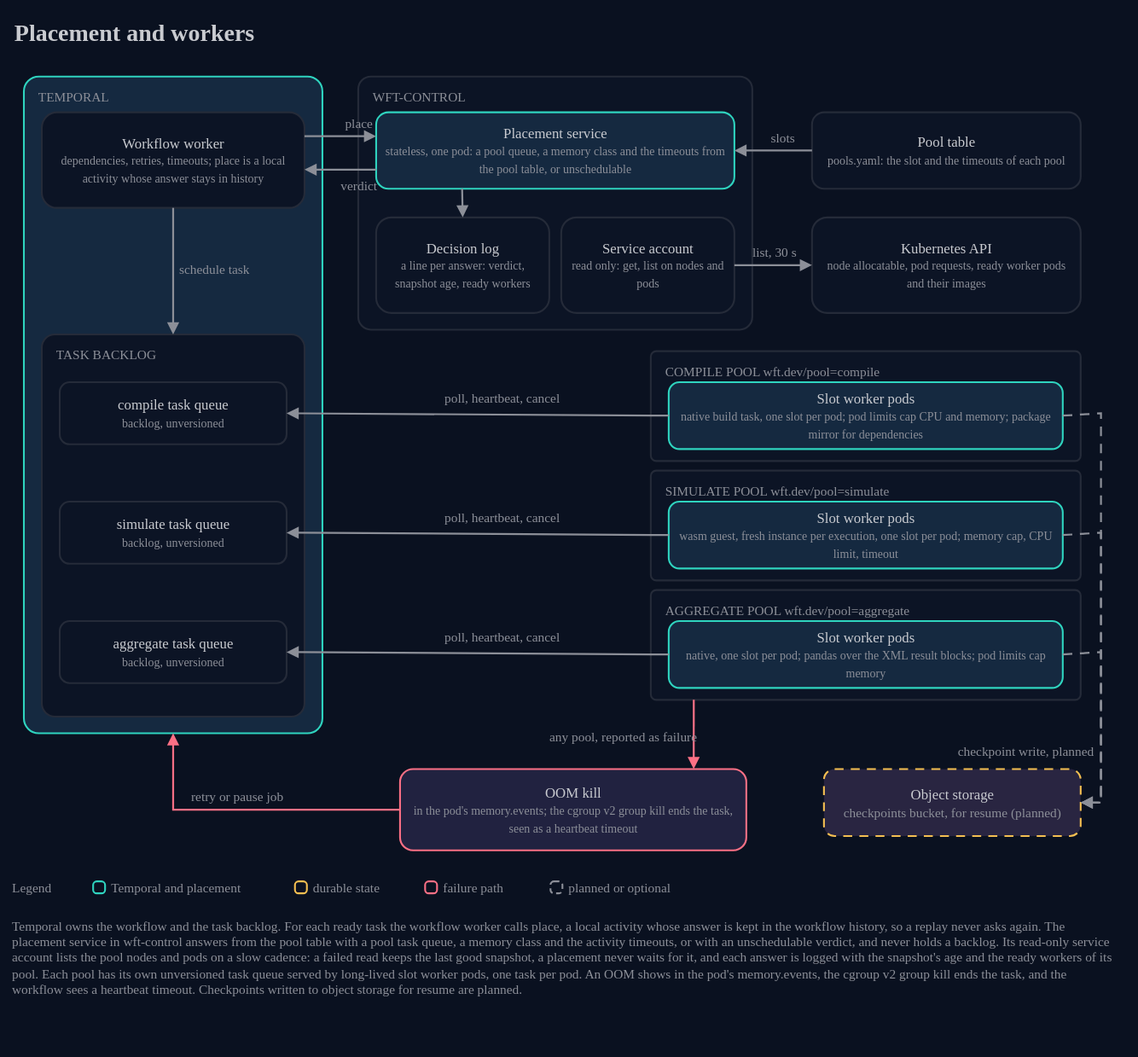
Earlier version of the draw.io export docs/architecture/11-placement-and-workers.drawio.svg (AndoNorth/disyard). Source tidied: cells renumbered, new cells last; positions are measured from the earlier drawing's top-left corner, leaving out a move shared by most shapes.
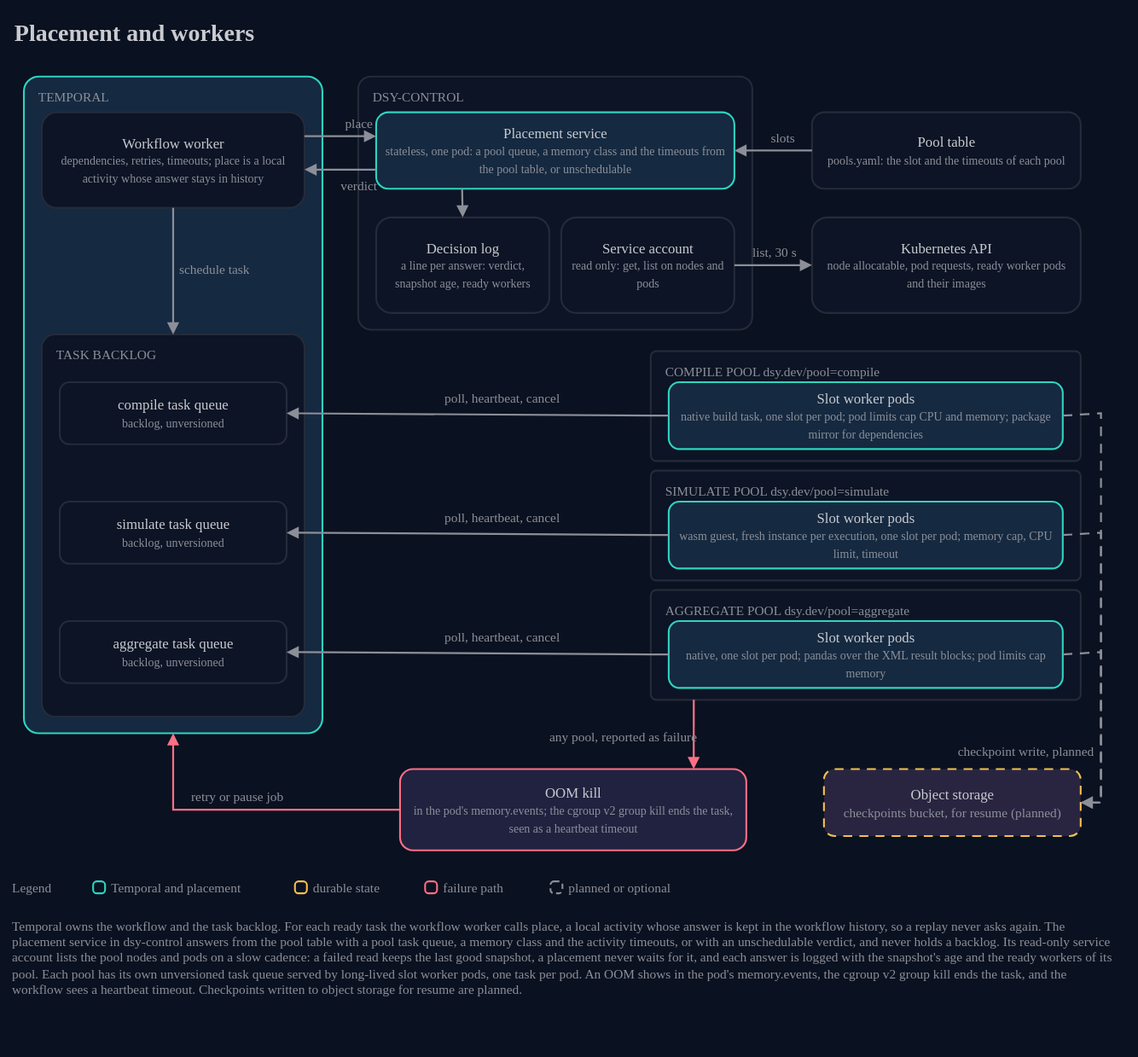
Later version of the same file.

The edit, as a diff of the source:
```diff
@@ -32,7 +32,7 @@
     <mxCell id="11" style="rounded=1;arcSize=5;html=1;whiteSpace=wrap;fillColor=#0c1425;strokeColor=#252b39;strokeWidth=1.5;fontColor=#c9cbd0;fontSize=12;fontFamily=IBM Plex Sans;verticalAlign=top;align=left;" parent="1" vertex="1">
       <mxGeometry x="290" y="54" width="330" height="212" as="geometry" />
     </mxCell>
-    <mxCell id="12" value="WFT-CONTROL" style="text;html=1;strokeColor=none;fillColor=none;align=left;verticalAlign=middle;whiteSpace=nowrap;fontColor=#8c8f98;fontSize=11;fontFamily=IBM Plex Mono;spacing=0;" parent="1" vertex="1">
+    <mxCell id="12" value="DSY-CONTROL" style="text;html=1;strokeColor=none;fillColor=none;align=left;verticalAlign=middle;whiteSpace=nowrap;fontColor=#8c8f98;fontSize=11;fontFamily=IBM Plex Mono;spacing=0;" parent="1" vertex="1">
       <mxGeometry x="302" y="62" width="306" height="18" as="geometry" />
     </mxCell>
     <mxCell id="13" value="Placement service&lt;br&gt;&lt;font color=&quot;#8c8f98&quot; style=&quot;font-size:10px&quot;&gt;stateless, one pod: a pool queue, a memory class and the timeouts from the pool table, or unschedulable&lt;/font&gt;" style="rounded=1;arcSize=16;html=1;whiteSpace=wrap;fillColor=#152940;strokeColor=#2fd4bf;strokeWidth=1.5;fontColor=#c9cbd0;fontSize=12;spacingLeft=6;spacingRight=6;fontFamily=IBM Plex Sans;" parent="1" vertex="1">
@@ -53,7 +53,7 @@
     <mxCell id="18" style="rounded=1;arcSize=5;html=1;whiteSpace=wrap;fillColor=#0c1425;strokeColor=#252b39;strokeWidth=1.5;fontColor=#c9cbd0;fontSize=12;fontFamily=IBM Plex Sans;verticalAlign=top;align=left;" parent="1" vertex="1">
       <mxGeometry x="535" y="284" width="360" height="92" as="geometry" />
     </mxCell>
-    <mxCell id="19" value="COMPILE POOL  wft.dev/pool=compile" style="text;html=1;strokeColor=none;fillColor=none;align=left;verticalAlign=middle;whiteSpace=nowrap;fontColor=#8c8f98;fontSize=11;fontFamily=IBM Plex Mono;spacing=0;" parent="1" vertex="1">
+    <mxCell id="19" value="COMPILE POOL  dsy.dev/pool=compile" style="text;html=1;strokeColor=none;fillColor=none;align=left;verticalAlign=middle;whiteSpace=nowrap;fontColor=#8c8f98;fontSize=11;fontFamily=IBM Plex Mono;spacing=0;" parent="1" vertex="1">
       <mxGeometry x="547" y="292" width="336" height="18" as="geometry" />
     </mxCell>
     <mxCell id="20" value="Slot worker pods&lt;br&gt;&lt;font color=&quot;#8c8f98&quot; style=&quot;font-size:10px&quot;&gt;native build task, one slot per pod; pod limits cap CPU and memory; package mirror for dependencies&lt;/font&gt;" style="rounded=1;arcSize=16;html=1;whiteSpace=wrap;fillColor=#152940;strokeColor=#2fd4bf;strokeWidth=1.5;fontColor=#c9cbd0;fontSize=12;spacingLeft=6;spacingRight=6;fontFamily=IBM Plex Sans;" parent="1" vertex="1">
@@ -62,7 +62,7 @@
     <mxCell id="21" style="rounded=1;arcSize=5;html=1;whiteSpace=wrap;fillColor=#0c1425;strokeColor=#252b39;strokeWidth=1.5;fontColor=#c9cbd0;fontSize=12;fontFamily=IBM Plex Sans;verticalAlign=top;align=left;" parent="1" vertex="1">
       <mxGeometry x="535" y="384" width="360" height="92" as="geometry" />
     </mxCell>
-    <mxCell id="22" value="SIMULATE POOL  wft.dev/pool=simulate" style="text;html=1;strokeColor=none;fillColor=none;align=left;verticalAlign=middle;whiteSpace=nowrap;fontColor=#8c8f98;fontSize=11;fontFamily=IBM Plex Mono;spacing=0;" parent="1" vertex="1">
+    <mxCell id="22" value="SIMULATE POOL  dsy.dev/pool=simulate" style="text;html=1;strokeColor=none;fillColor=none;align=left;verticalAlign=middle;whiteSpace=nowrap;fontColor=#8c8f98;fontSize=11;fontFamily=IBM Plex Mono;spacing=0;" parent="1" vertex="1">
       <mxGeometry x="547" y="392" width="336" height="18" as="geometry" />
     </mxCell>
     <mxCell id="23" value="Slot worker pods&lt;br&gt;&lt;font color=&quot;#8c8f98&quot; style=&quot;font-size:10px&quot;&gt;wasm guest, fresh instance per execution, one slot per pod; memory cap, CPU limit, timeout&lt;/font&gt;" style="rounded=1;arcSize=16;html=1;whiteSpace=wrap;fillColor=#152940;strokeColor=#2fd4bf;strokeWidth=1.5;fontColor=#c9cbd0;fontSize=12;spacingLeft=6;spacingRight=6;fontFamily=IBM Plex Sans;" parent="1" vertex="1">
@@ -71,7 +71,7 @@
     <mxCell id="24" style="rounded=1;arcSize=5;html=1;whiteSpace=wrap;fillColor=#0c1425;strokeColor=#252b39;strokeWidth=1.5;fontColor=#c9cbd0;fontSize=12;fontFamily=IBM Plex Sans;verticalAlign=top;align=left;" parent="1" vertex="1">
       <mxGeometry x="535" y="484" width="360" height="92" as="geometry" />
     </mxCell>
-    <mxCell id="25" value="AGGREGATE POOL  wft.dev/pool=aggregate" style="text;html=1;strokeColor=none;fillColor=none;align=left;verticalAlign=middle;whiteSpace=nowrap;fontColor=#8c8f98;fontSize=11;fontFamily=IBM Plex Mono;spacing=0;" parent="1" vertex="1">
+    <mxCell id="25" value="AGGREGATE POOL  dsy.dev/pool=aggregate" style="text;html=1;strokeColor=none;fillColor=none;align=left;verticalAlign=middle;whiteSpace=nowrap;fontColor=#8c8f98;fontSize=11;fontFamily=IBM Plex Mono;spacing=0;" parent="1" vertex="1">
       <mxGeometry x="547" y="492" width="336" height="18" as="geometry" />
     </mxCell>
     <mxCell id="26" value="Slot worker pods&lt;br&gt;&lt;font color=&quot;#8c8f98&quot; style=&quot;font-size:10px&quot;&gt;native, one slot per pod; pandas over the XML result blocks; pod limits cap memory&lt;/font&gt;" style="rounded=1;arcSize=16;html=1;whiteSpace=wrap;fillColor=#152940;strokeColor=#2fd4bf;strokeWidth=1.5;fontColor=#c9cbd0;fontSize=12;spacingLeft=6;spacingRight=6;fontFamily=IBM Plex Sans;" parent="1" vertex="1">
@@ -204,7 +204,7 @@
     <mxCell id="62" value="planned or optional" style="text;html=1;strokeColor=none;fillColor=none;align=left;verticalAlign=middle;whiteSpace=nowrap;fontColor=#8c8f98;fontSize=11;fontFamily=IBM Plex Sans;spacing=0;" parent="1" vertex="1">
       <mxGeometry x="466" y="724" width="116" height="18" as="geometry" />
     </mxCell>
-    <mxCell id="63" value="Temporal owns the workflow and the task backlog. For each ready task the workflow worker calls place, a local activity whose answer is kept in the workflow history, so a replay never asks again. The placement service in wft-control answers from the pool table with a pool task queue, a memory class and the activity timeouts, or with an unschedulable verdict, and never holds a backlog. Its read-only service account lists the pool nodes and pods on a slow cadence: a failed read keeps the last good snapshot, a placement never waits for it, and each answer is logged with the snapshot's age and the ready workers of its pool. Each pool has its own unversioned task queue served by long-lived slot worker pods, one task per pod. An OOM shows in the pod's memory.events, the cgroup v2 group kill ends the task, and the workflow sees a heartbeat timeout. Checkpoints written to object storage for resume are planned." style="text;html=1;strokeColor=none;fillColor=none;align=left;verticalAlign=top;whiteSpace=wrap;fontColor=#8c8f98;fontSize=11;fontFamily=IBM Plex Sans;spacing=0;" parent="1" vertex="1">
+    <mxCell id="63" value="Temporal owns the workflow and the task backlog. For each ready task the workflow worker calls place, a local activity whose answer is kept in the workflow history, so a replay never asks again. The placement service in dsy-control answers from the pool table with a pool task queue, a memory class and the activity timeouts, or with an unschedulable verdict, and never holds a backlog. Its read-only service account lists the pool nodes and pods on a slow cadence: a failed read keeps the last good snapshot, a placement never waits for it, and each answer is logged with the snapshot's age and the ready workers of its pool. Each pool has its own unversioned task queue served by long-lived slot worker pods, one task per pod. An OOM shows in the pod's memory.events, the cgroup v2 group kill ends the task, and the workflow sees a heartbeat timeout. Checkpoints written to object storage for resume are planned." style="text;html=1;strokeColor=none;fillColor=none;align=left;verticalAlign=top;whiteSpace=wrap;fontColor=#8c8f98;fontSize=11;fontFamily=IBM Plex Sans;spacing=0;" parent="1" vertex="1">
       <mxGeometry y="754" width="920" height="100" as="geometry" />
     </mxCell>
   </root>
```
